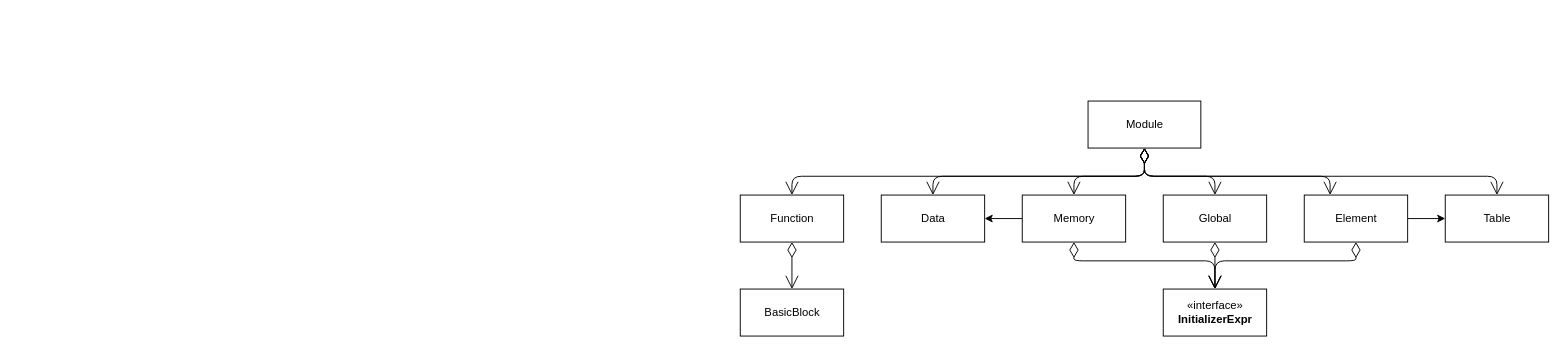
Earlier version of the draw.io diagram Images/4.MIR/module.drawio (NineKa/sable-wasm-thesis). Source tidied: cells renumbered, new cells numbered last; positions are measured from the earlier drawing's top-left corner, leaving out a move shared by most shapes. Both pictures are drawn from the tidied source at 94%, with x=0, y=0 at pixel (740, 101).
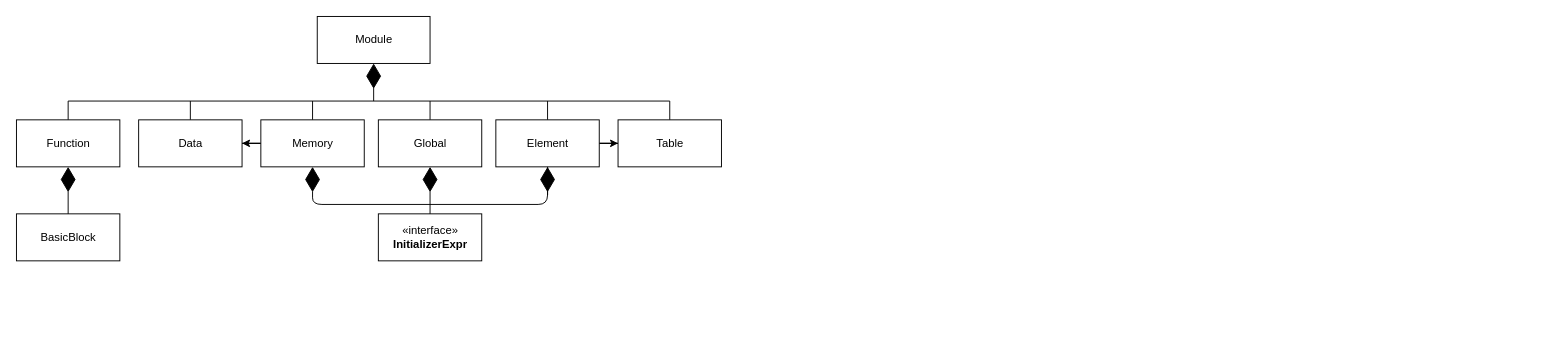
The same page after the edit.

What changed in the source:
```diff
@@
     <mxCell id="2" value="Module" style="html=1;" parent="1" vertex="1">
-      <mxGeometry x="370" width="120" height="50" as="geometry" />
+      <mxGeometry x="-450" y="-90" width="120" height="50" as="geometry" />
     </mxCell>
@@
+    <mxCell id="23" style="edgeStyle=orthogonalEdgeStyle;rounded=0;jettySize=auto;html=1;exitX=0.5;exitY=0;exitDx=0;exitDy=0;endArrow=none;endFill=0;" parent="1" edge="1" source="4">
+      <mxGeometry relative="1" as="geometry">
+        <mxPoint x="-455" as="targetPoint" />
+      </mxGeometry>
+    </mxCell>
     <mxCell id="4" value="Memory" style="html=1;" parent="1" vertex="1">
-      <mxGeometry x="300" y="100" width="110" height="50" as="geometry" />
+      <mxGeometry x="-510" y="20" width="110" height="50" as="geometry" />
     </mxCell>
+    <mxCell id="24" style="edgeStyle=orthogonalEdgeStyle;rounded=0;jettySize=auto;html=1;exitX=0.5;exitY=0;exitDx=0;exitDy=0;endArrow=none;endFill=0;" parent="1" edge="1" source="5">
+      <mxGeometry relative="1" as="geometry">
+        <mxPoint x="-330" as="targetPoint" />
+      </mxGeometry>
+    </mxCell>
     <mxCell id="5" value="Global" style="html=1;" parent="1" vertex="1">
-      <mxGeometry x="450" y="100" width="110" height="50" as="geometry" />
+      <mxGeometry x="-385" y="20" width="110" height="50" as="geometry" />
     </mxCell>
@@
+    <mxCell id="25" style="edgeStyle=orthogonalEdgeStyle;rounded=0;jettySize=auto;html=1;exitX=0.5;exitY=0;exitDx=0;exitDy=0;endArrow=none;endFill=0;" parent="1" edge="1" source="7">
+      <mxGeometry relative="1" as="geometry">
+        <mxPoint x="-205" as="targetPoint" />
+      </mxGeometry>
+    </mxCell>
     <mxCell id="7" value="Element" style="html=1;" parent="1" vertex="1">
-      <mxGeometry x="600" y="100" width="110" height="50" as="geometry" />
+      <mxGeometry x="-260" y="20" width="110" height="50" as="geometry" />
     </mxCell>
+    <mxCell id="26" style="edgeStyle=orthogonalEdgeStyle;rounded=0;jettySize=auto;html=1;exitX=0.5;exitY=0;exitDx=0;exitDy=0;endArrow=none;endFill=0;" parent="1" edge="1" source="8">
+      <mxGeometry relative="1" as="geometry">
+        <mxPoint x="-585" as="targetPoint" />
+      </mxGeometry>
+    </mxCell>
     <mxCell id="8" value="Data" style="html=1;" parent="1" vertex="1">
-      <mxGeometry x="150" y="100" width="110" height="50" as="geometry" />
+      <mxGeometry x="-640" y="20" width="110" height="50" as="geometry" />
     </mxCell>
+    <mxCell id="27" style="edgeStyle=orthogonalEdgeStyle;rounded=0;jettySize=auto;html=1;exitX=0.5;exitY=0;exitDx=0;exitDy=0;endArrow=none;endFill=0;entryX=0.5;entryY=0;entryDx=0;entryDy=0;" parent="1" edge="1" source="9" target="10">
+      <mxGeometry relative="1" as="geometry" />
+    </mxCell>
     <mxCell id="9" value="Function" style="html=1;" parent="1" vertex="1">
-      <mxGeometry y="100" width="110" height="50" as="geometry" />
+      <mxGeometry x="-770" y="20" width="110" height="50" as="geometry" />
     </mxCell>
     <mxCell id="10" value="Table" style="html=1;" parent="1" vertex="1">
-      <mxGeometry x="750" y="100" width="110" height="50" as="geometry" />
+      <mxGeometry x="-130" y="20" width="110" height="50" as="geometry" />
     </mxCell>
-    <mxCell id="11" style="endArrow=open;html=1;endSize=12;startArrow=diamondThin;startSize=14;startFill=0;edgeStyle=orthogonalEdgeStyle;align=left;verticalAlign=bottom;exitX=0.5;exitY=1;exitDx=0;exitDy=0;entryX=0.5;entryY=0;entryDx=0;entryDy=0;" parent="1" edge="1" source="2" target="8">
-      <mxGeometry x="-1" y="3" relative="1" as="geometry">
-        <Array as="points">
-          <mxPoint x="430" y="80" />
-          <mxPoint x="205" y="80" />
-        </Array>
-      </mxGeometry>
-    </mxCell>
-    <mxCell id="12" style="endArrow=open;html=1;endSize=12;startArrow=diamondThin;startSize=14;startFill=0;edgeStyle=orthogonalEdgeStyle;align=left;verticalAlign=bottom;entryX=0.5;entryY=0;entryDx=0;entryDy=0;" parent="1" edge="1" target="4">
-      <mxGeometry x="-1" y="3" relative="1" as="geometry">
-        <mxPoint x="430" y="50" as="sourcePoint" />
-        <Array as="points">
-          <mxPoint x="430" y="80" />
-          <mxPoint x="355" y="80" />
-        </Array>
-      </mxGeometry>
-    </mxCell>
-    <mxCell id="13" style="endArrow=open;html=1;endSize=12;startArrow=diamondThin;startSize=14;startFill=0;edgeStyle=orthogonalEdgeStyle;align=left;verticalAlign=bottom;exitX=0.5;exitY=1;exitDx=0;exitDy=0;entryX=0.5;entryY=0;entryDx=0;entryDy=0;" parent="1" edge="1" source="2" target="5">
-      <mxGeometry x="-1" y="3" relative="1" as="geometry">
-        <Array as="points">
-          <mxPoint x="430" y="80" />
-          <mxPoint x="505" y="80" />
-        </Array>
-      </mxGeometry>
-    </mxCell>
-    <mxCell id="14" style="endArrow=open;html=1;endSize=12;startArrow=diamondThin;startSize=14;startFill=0;edgeStyle=orthogonalEdgeStyle;align=left;verticalAlign=bottom;entryX=0.25;entryY=0;entryDx=0;entryDy=0;" parent="1" edge="1" target="7">
-      <mxGeometry x="-1" y="3" relative="1" as="geometry">
-        <mxPoint x="430" y="50" as="sourcePoint" />
-        <Array as="points">
-          <mxPoint x="430" y="80" />
-          <mxPoint x="628" y="80" />
-          <mxPoint x="628" y="100" />
-        </Array>
-      </mxGeometry>
-    </mxCell>
-    <mxCell id="15" style="endArrow=open;html=1;endSize=12;startArrow=diamondThin;startSize=14;startFill=0;edgeStyle=orthogonalEdgeStyle;align=left;verticalAlign=bottom;entryX=0.5;entryY=0;entryDx=0;entryDy=0;" parent="1" edge="1" target="9">
-      <mxGeometry x="-1" y="3" relative="1" as="geometry">
-        <mxPoint x="430" y="50" as="sourcePoint" />
-        <Array as="points">
-          <mxPoint x="430" y="80" />
-          <mxPoint x="55" y="80" />
-        </Array>
-      </mxGeometry>
-    </mxCell>
-    <mxCell id="16" style="endArrow=open;html=1;endSize=12;startArrow=diamondThin;startSize=14;startFill=0;edgeStyle=orthogonalEdgeStyle;align=left;verticalAlign=bottom;entryX=0.5;entryY=0;entryDx=0;entryDy=0;" parent="1" edge="1" target="10">
-      <mxGeometry x="-1" y="3" relative="1" as="geometry">
-        <mxPoint x="430" y="50" as="sourcePoint" />
-        <Array as="points">
-          <mxPoint x="430" y="80" />
-          <mxPoint x="805" y="80" />
-        </Array>
-      </mxGeometry>
-    </mxCell>
     <mxCell id="17" value="BasicBlock" style="html=1;" parent="1" vertex="1">
-      <mxGeometry y="200" width="110" height="50" as="geometry" />
+      <mxGeometry x="-770" y="120" width="110" height="50" as="geometry" />
     </mxCell>
-    <mxCell id="18" style="endArrow=open;html=1;endSize=12;startArrow=diamondThin;startSize=14;startFill=0;edgeStyle=orthogonalEdgeStyle;align=left;verticalAlign=bottom;exitX=0.5;exitY=1;exitDx=0;exitDy=0;" parent="1" edge="1" source="9" target="17">
-      <mxGeometry x="-1" y="3" relative="1" as="geometry" />
-    </mxCell>
     <mxCell id="19" value="«interface»&lt;br&gt;&lt;b&gt;InitializerExpr&lt;/b&gt;" style="html=1;" parent="1" vertex="1">
-      <mxGeometry x="450" y="200" width="110" height="50" as="geometry" />
+      <mxGeometry x="-385" y="120" width="110" height="50" as="geometry" />
     </mxCell>
-    <mxCell id="20" style="endArrow=open;html=1;endSize=12;startArrow=diamondThin;startSize=14;startFill=0;edgeStyle=orthogonalEdgeStyle;align=left;verticalAlign=bottom;exitX=0.5;exitY=1;exitDx=0;exitDy=0;entryX=0.5;entryY=0;entryDx=0;entryDy=0;" parent="1" edge="1" source="4" target="19">
-      <mxGeometry x="-1" y="3" relative="1" as="geometry">
-        <Array as="points">
-          <mxPoint x="355" y="170" />
-          <mxPoint x="505" y="170" />
-        </Array>
-      </mxGeometry>
-    </mxCell>
-    <mxCell id="21" style="endArrow=open;html=1;endSize=12;startArrow=diamondThin;startSize=14;startFill=0;edgeStyle=orthogonalEdgeStyle;align=left;verticalAlign=bottom;exitX=0.5;exitY=1;exitDx=0;exitDy=0;entryX=0.5;entryY=0;entryDx=0;entryDy=0;" parent="1" edge="1" source="5" target="19">
-      <mxGeometry x="-1" y="3" relative="1" as="geometry" />
-    </mxCell>
-    <mxCell id="22" style="endArrow=open;html=1;endSize=12;startArrow=diamondThin;startSize=14;startFill=0;edgeStyle=orthogonalEdgeStyle;align=left;verticalAlign=bottom;exitX=0.5;exitY=1;exitDx=0;exitDy=0;entryX=0.5;entryY=0;entryDx=0;entryDy=0;" parent="1" edge="1" source="7" target="19">
-      <mxGeometry x="-1" y="3" relative="1" as="geometry">
-        <Array as="points">
-          <mxPoint x="655" y="170" />
-          <mxPoint x="505" y="170" />
-        </Array>
-      </mxGeometry>
-    </mxCell>
+    <mxCell id="28" style="endArrow=diamondThin;endFill=1;endSize=24;html=1;entryX=0.5;entryY=1;entryDx=0;entryDy=0;" parent="1" edge="1" target="2">
+      <mxGeometry relative="1" as="geometry">
+        <mxPoint x="-390" as="sourcePoint" />
+      </mxGeometry>
+    </mxCell>
+    <mxCell id="29" style="endArrow=diamondThin;endFill=1;endSize=24;html=1;entryX=0.5;entryY=1;entryDx=0;entryDy=0;exitX=0.5;exitY=0;exitDx=0;exitDy=0;" parent="1" edge="1" source="17" target="9">
+      <mxGeometry relative="1" as="geometry" />
+    </mxCell>
+    <mxCell id="30" style="endArrow=diamondThin;endFill=1;endSize=24;html=1;entryX=0.5;entryY=1;entryDx=0;entryDy=0;exitX=0.5;exitY=0;exitDx=0;exitDy=0;" parent="1" edge="1" source="19" target="5">
+      <mxGeometry relative="1" as="geometry" />
+    </mxCell>
+    <mxCell id="31" style="endArrow=diamondThin;endFill=1;endSize=24;html=1;entryX=0.5;entryY=1;entryDx=0;entryDy=0;exitX=0.5;exitY=1;exitDx=0;exitDy=0;" parent="1" edge="1" source="7" target="4">
+      <mxGeometry relative="1" as="geometry">
+        <Array as="points">
+          <mxPoint x="-205" y="110" />
+          <mxPoint x="-455" y="110" />
+        </Array>
+      </mxGeometry>
+    </mxCell>
+    <mxCell id="32" style="endArrow=diamondThin;endFill=1;endSize=24;html=1;entryX=0.5;entryY=1;entryDx=0;entryDy=0;" parent="1" edge="1" target="7">
+      <mxGeometry relative="1" as="geometry">
+        <mxPoint x="-205" y="100" as="sourcePoint" />
+      </mxGeometry>
+    </mxCell>
```
